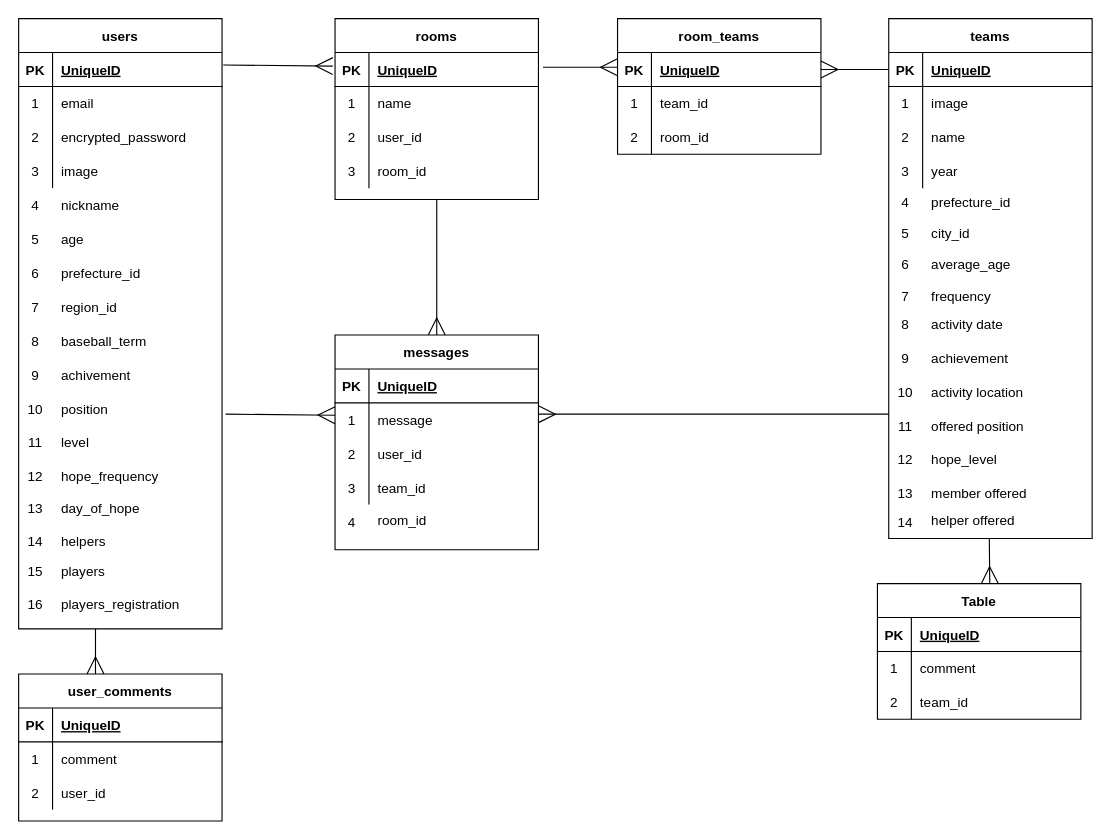
Above: .dio in kammy0603/kusayakyu (draw.io), before the change. Source tidied: cells renumbered, new cells numbered last; positions are measured from the earlier drawing's top-left corner, leaving out a move shared by most shapes. Both pictures are drawn from the tidied source at 113%, with x=0, y=0 at pixel (18, 18).
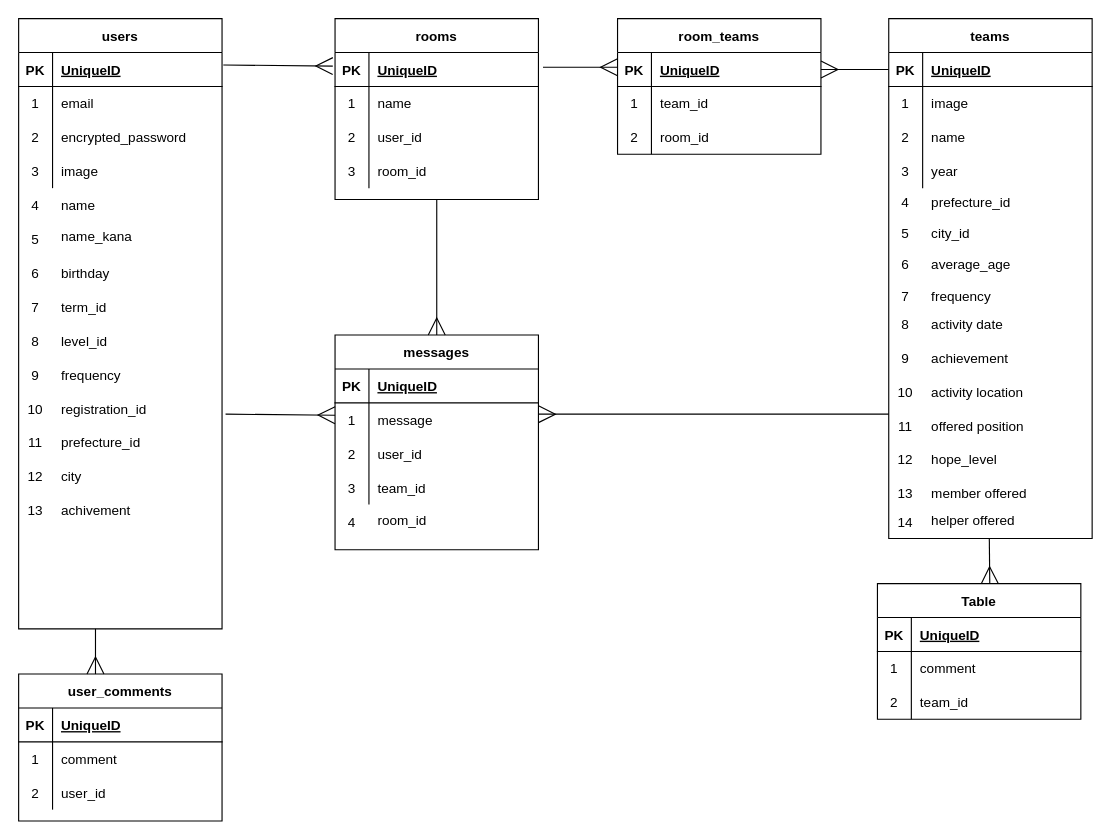
The same diagram, later.

Diff of the diagram source:
```diff
@@
-    <mxCell id="90" value="nickname" style="shape=partialRectangle;fillColor=none;top=0;left=0;bottom=0;right=0;align=left;spacingLeft=6;overflow=hidden;" parent="1" vertex="1">
+    <mxCell id="90" value="name" style="shape=partialRectangle;fillColor=none;top=0;left=0;bottom=0;right=0;align=left;spacingLeft=6;overflow=hidden;" parent="1" vertex="1">
       <mxGeometry x="30" y="150" width="150" height="30" as="geometry" />
     </mxCell>
-    <mxCell id="91" value="age" style="shape=partialRectangle;fillColor=none;top=0;left=0;bottom=0;right=0;align=left;spacingLeft=6;overflow=hidden;" parent="1" vertex="1">
-      <mxGeometry x="30" y="180" width="150" height="30" as="geometry" />
+    <mxCell id="91" value="birthday" style="shape=partialRectangle;fillColor=none;top=0;left=0;bottom=0;right=0;align=left;spacingLeft=6;overflow=hidden;" parent="1" vertex="1">
+      <mxGeometry x="30" y="210" width="150" height="30" as="geometry" />
     </mxCell>
     <mxCell id="92" value="prefecture_id" style="shape=partialRectangle;fillColor=none;top=0;left=0;bottom=0;right=0;align=left;spacingLeft=6;overflow=hidden;" parent="1" vertex="1">
-      <mxGeometry x="30" y="210" width="150" height="30" as="geometry" />
+      <mxGeometry x="30" y="360" width="150" height="30" as="geometry" />
     </mxCell>
-    <mxCell id="93" value="region_id" style="shape=partialRectangle;fillColor=none;top=0;left=0;bottom=0;right=0;align=left;spacingLeft=6;overflow=hidden;" parent="1" vertex="1">
-      <mxGeometry x="30" y="240" width="130" height="30" as="geometry" />
+    <mxCell id="93" value="city" style="shape=partialRectangle;fillColor=none;top=0;left=0;bottom=0;right=0;align=left;spacingLeft=6;overflow=hidden;" parent="1" vertex="1">
+      <mxGeometry x="30" y="390" width="130" height="30" as="geometry" />
     </mxCell>
-    <mxCell id="94" value="baseball_term" style="shape=partialRectangle;fillColor=none;top=0;left=0;bottom=0;right=0;align=left;spacingLeft=6;overflow=hidden;" parent="1" vertex="1">
-      <mxGeometry x="30" y="270" width="150" height="30" as="geometry" />
+    <mxCell id="94" value="term_id" style="shape=partialRectangle;fillColor=none;top=0;left=0;bottom=0;right=0;align=left;spacingLeft=6;overflow=hidden;" parent="1" vertex="1">
+      <mxGeometry x="30" y="240" width="150" height="30" as="geometry" />
     </mxCell>
     <mxCell id="95" value="achivement" style="shape=partialRectangle;fillColor=none;top=0;left=0;bottom=0;right=0;align=left;spacingLeft=6;overflow=hidden;" parent="1" vertex="1">
-      <mxGeometry x="30" y="300" width="150" height="30" as="geometry" />
+      <mxGeometry x="30" y="420" width="150" height="30" as="geometry" />
     </mxCell>
-    <mxCell id="96" value="position" style="shape=partialRectangle;fillColor=none;top=0;left=0;bottom=0;right=0;align=left;spacingLeft=6;overflow=hidden;" parent="1" vertex="1">
-      <mxGeometry x="30" y="330" width="150" height="30" as="geometry" />
-    </mxCell>
-    <mxCell id="97" value="level" style="shape=partialRectangle;fillColor=none;top=0;left=0;bottom=0;right=0;align=left;spacingLeft=6;overflow=hidden;" parent="1" vertex="1">
-      <mxGeometry x="30" y="360" width="150" height="30" as="geometry" />
+    <mxCell id="97" value="level_id" style="shape=partialRectangle;fillColor=none;top=0;left=0;bottom=0;right=0;align=left;spacingLeft=6;overflow=hidden;" parent="1" vertex="1">
+      <mxGeometry x="30" y="270" width="150" height="30" as="geometry" />
     </mxCell>
-    <mxCell id="98" value="hope_frequency" style="shape=partialRectangle;fillColor=none;top=0;left=0;bottom=0;right=0;align=left;spacingLeft=6;overflow=hidden;" parent="1" vertex="1">
-      <mxGeometry x="30" y="390" width="150" height="30" as="geometry" />
+    <mxCell id="98" value="frequency" style="shape=partialRectangle;fillColor=none;top=0;left=0;bottom=0;right=0;align=left;spacingLeft=6;overflow=hidden;" parent="1" vertex="1">
+      <mxGeometry x="30" y="300" width="150" height="30" as="geometry" />
     </mxCell>
@@
-    <mxCell id="106" value="10" style="shape=partialRectangle;fillColor=none;top=0;left=0;bottom=0;right=0;overflow=hidden;" parent="1" vertex="1">
-      <mxGeometry y="330" width="30" height="30" as="geometry" />
-    </mxCell>
@@
-    <mxCell id="108" value="13" style="shape=partialRectangle;fillColor=none;top=0;left=0;bottom=0;right=0;overflow=hidden;" parent="1" vertex="1">
-      <mxGeometry y="418" width="30" height="30" as="geometry" />
-    </mxCell>
-    <mxCell id="109" value="14" style="shape=partialRectangle;fillColor=none;top=0;left=0;bottom=0;right=0;overflow=hidden;" parent="1" vertex="1">
-      <mxGeometry y="447.5" width="30" height="30" as="geometry" />
-    </mxCell>
-    <mxCell id="110" value="15" style="shape=partialRectangle;fillColor=none;top=0;left=0;bottom=0;right=0;overflow=hidden;" parent="1" vertex="1">
-      <mxGeometry y="476.5" width="30" height="25" as="geometry" />
-    </mxCell>
-    <mxCell id="111" value="16" style="shape=partialRectangle;fillColor=none;top=0;left=0;bottom=0;right=0;overflow=hidden;direction=south;" parent="1" vertex="1">
-      <mxGeometry x="2.5" y="502.5" width="25" height="30" as="geometry" />
+    <mxCell id="111" value="13" style="shape=partialRectangle;fillColor=none;top=0;left=0;bottom=0;right=0;overflow=hidden;direction=south;" parent="1" vertex="1">
+      <mxGeometry x="2.5" y="420" width="25" height="30" as="geometry" />
     </mxCell>
-    <mxCell id="112" value="day_of_hope" style="shape=partialRectangle;fillColor=none;top=0;left=0;bottom=0;right=0;align=left;spacingLeft=6;overflow=hidden;" parent="1" vertex="1">
-      <mxGeometry x="30" y="418" width="150" height="30" as="geometry" />
-    </mxCell>
-    <mxCell id="113" value="helpers" style="shape=partialRectangle;fillColor=none;top=0;left=0;bottom=0;right=0;align=left;spacingLeft=6;overflow=hidden;" parent="1" vertex="1">
-      <mxGeometry x="30" y="447.5" width="150" height="30" as="geometry" />
-    </mxCell>
-    <mxCell id="114" value="players" style="shape=partialRectangle;fillColor=none;top=0;left=0;bottom=0;right=0;align=left;spacingLeft=6;overflow=hidden;" parent="1" vertex="1">
-      <mxGeometry x="30" y="473.5" width="150" height="30" as="geometry" />
-    </mxCell>
-    <mxCell id="115" value="players_registration" style="shape=partialRectangle;fillColor=none;top=0;left=0;bottom=0;right=0;align=left;spacingLeft=6;overflow=hidden;" parent="1" vertex="1">
-      <mxGeometry x="30" y="502.5" width="150" height="30" as="geometry" />
+    <mxCell id="115" value="registration_id" style="shape=partialRectangle;fillColor=none;top=0;left=0;bottom=0;right=0;align=left;spacingLeft=6;overflow=hidden;" parent="1" vertex="1">
+      <mxGeometry x="30" y="330" width="150" height="30" as="geometry" />
     </mxCell>
@@
+    <mxCell id="142" value="name_kana" style="shape=partialRectangle;fillColor=none;top=0;left=0;bottom=0;right=0;align=left;spacingLeft=6;overflow=hidden;" parent="1" vertex="1">
+      <mxGeometry x="30" y="177" width="150" height="30" as="geometry" />
+    </mxCell>
+    <mxCell id="106" value="10" style="shape=partialRectangle;fillColor=none;top=0;left=0;bottom=0;right=0;overflow=hidden;" parent="1" vertex="1">
+      <mxGeometry y="330" width="30" height="30" as="geometry" />
+    </mxCell>
```
